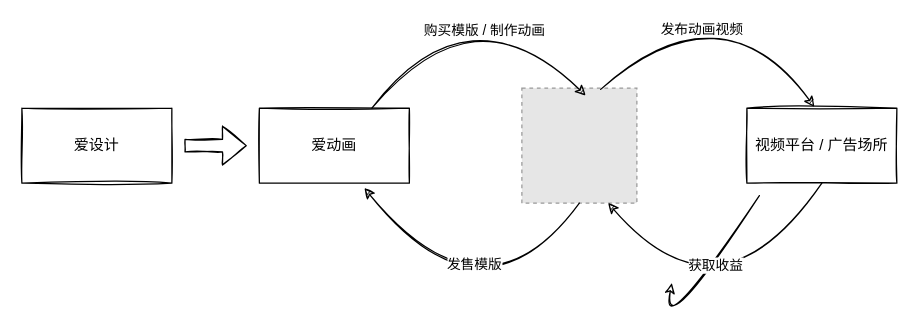
The draw.io diagram aidonghua3 Diagram.drawio in chankamlam/demo, before the edit. Source tidied: cells renumbered, new cells numbered last; positions are measured from the earlier drawing's top-left corner, leaving out a move shared by most shapes. Both pictures are drawn from the tidied source at 125%, with x=0, y=0 at pixel (21, -18). Pictures stored in the file or linked from it are replaced by grey dashed boxes.
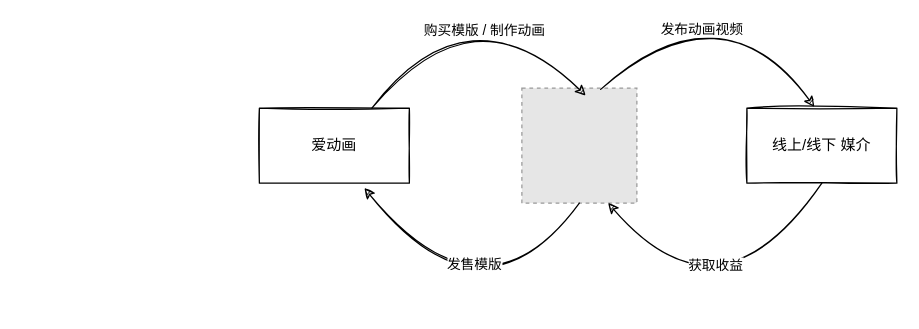
The same diagram, later.

Diff of the diagram source:
```diff
@@
-    <mxCell id="2" value="视频平台 / 广告场所" style="rounded=0;whiteSpace=wrap;html=1;sketch=1;" parent="1" vertex="1">
+    <mxCell id="2" value="线上/线下 媒介" style="rounded=0;whiteSpace=wrap;html=1;sketch=1;" parent="1" vertex="1">
       <mxGeometry x="580" y="100" width="120" height="60" as="geometry" />
     </mxCell>
-    <mxCell id="3" style="endArrow=classic;html=1;rounded=0;sketch=1;curved=1;exitX=0.5;exitY=1;exitDx=0;exitDy=0;entryX=0.5;entryY=1;entryDx=0;entryDy=0;" parent="1" edge="1">
-      <mxGeometry relative="1" as="geometry">
-        <mxPoint x="590" y="170" as="sourcePoint" />
-        <mxPoint x="520" y="240" as="targetPoint" />
-        <Array as="points">
-          <mxPoint x="510" y="290" />
-        </Array>
-      </mxGeometry>
-    </mxCell>
@@
-    <mxCell id="12" value="爱设计" style="rounded=0;whiteSpace=wrap;html=1;sketch=1;" parent="1" vertex="1">
-      <mxGeometry y="100" width="120" height="60" as="geometry" />
-    </mxCell>
-    <mxCell id="13" style="shape=flexArrow;endArrow=classic;html=1;rounded=0;sketch=1;curved=1;" parent="1" edge="1">
-      <mxGeometry relative="1" as="geometry">
-        <mxPoint x="130" y="130" as="sourcePoint" />
-        <mxPoint x="180" y="130" as="targetPoint" />
-      </mxGeometry>
-    </mxCell>
```
